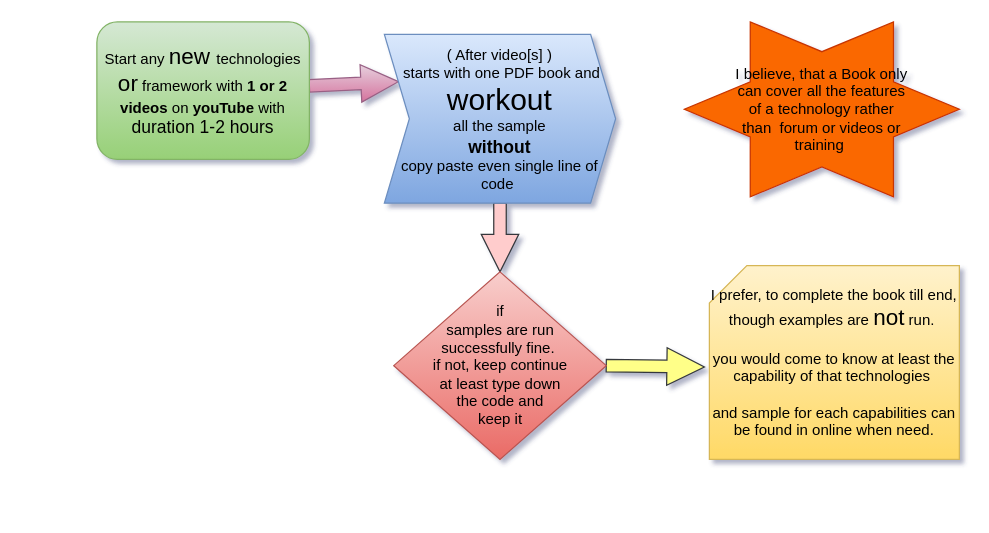
This is My Articles/Startegy to learn Technical.drawio from anbarasan-raji/books, a draw.io file, before an edit. Source tidied: cells renumbered, new cells numbered last; positions are measured from the earlier drawing's top-left corner, leaving out a move shared by most shapes. Both pictures are drawn from the tidied source at 125%, with x=0, y=0 at pixel (96, 21).
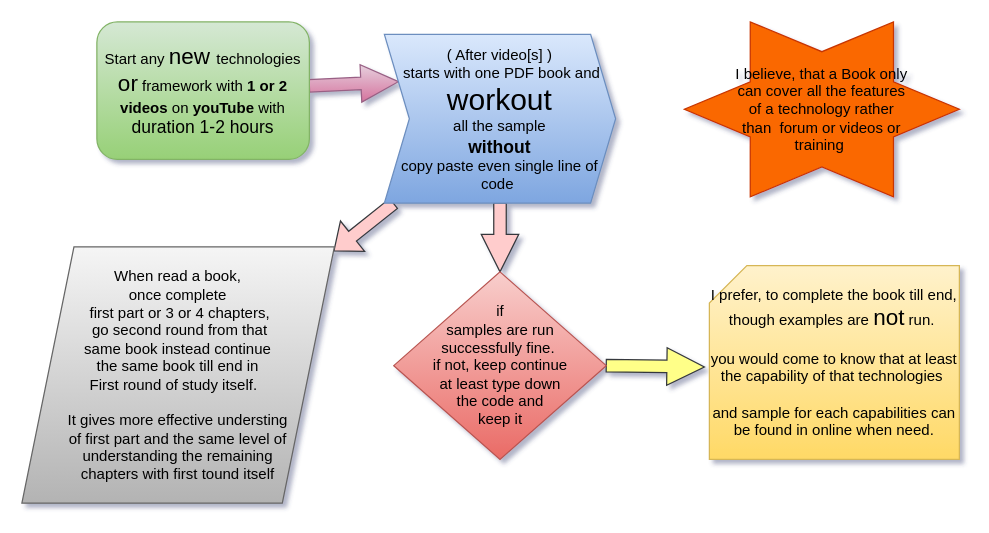
Above is the later version.

Change to the diagram source:
```diff
@@
 <mxGraphModel shadow="1">
   <root>
     <mxCell id="0" />
     <mxCell id="1" parent="0" />
     <mxCell id="2" style="edgeStyle=none;shape=arrow;rounded=0;jettySize=auto;html=1;entryX=0;entryY=0.25;entryDx=0;entryDy=0;gradientColor=#d5739d;fillColor=#e6d0de;strokeColor=#996185;" parent="1" edge="1" source="3" target="5">
       <mxGeometry relative="1" as="geometry" />
     </mxCell>
     <mxCell id="3" value="Start any &lt;font style=&quot;font-size: 18px&quot;&gt;new &lt;/font&gt;technologies &lt;font style=&quot;font-size: 18px&quot;&gt;or&lt;/font&gt; framework with &lt;b&gt;1 or 2 videos&lt;/b&gt; on &lt;b&gt;youTube &lt;/b&gt;with &lt;br&gt;&lt;font style=&quot;font-size: 14px&quot;&gt;duration 1-2 hours&lt;/font&gt;" style="rounded=1;whiteSpace=wrap;html=1;gradientColor=#97d077;fillColor=#d5e8d4;strokeColor=#82b366;" parent="1" vertex="1">
       <mxGeometry width="170" height="110" as="geometry" />
     </mxCell>
     <mxCell id="4" style="edgeStyle=orthogonalEdgeStyle;shape=arrow;rounded=0;jettySize=auto;html=1;entryX=0.5;entryY=0;entryDx=0;entryDy=0;fillColor=#ffcccc;strokeColor=#36393d;" parent="1" edge="1" source="5" target="7">
       <mxGeometry relative="1" as="geometry" />
     </mxCell>
+    <mxCell id="11" style="edgeStyle=none;rounded=0;jettySize=auto;html=1;strokeColor=#36393d;fillColor=#ffcccc;shape=flexArrow;" parent="1" edge="1" source="5" target="12">
+      <mxGeometry relative="1" as="geometry" />
+    </mxCell>
     <mxCell id="5" value="( After video[s] ) &lt;br&gt;&amp;nbsp;starts with one PDF book and &lt;font style=&quot;font-size: 24px&quot;&gt;workout &lt;br&gt;&lt;/font&gt;all the sample &lt;br&gt;&lt;font style=&quot;font-size: 14px&quot;&gt;&lt;b&gt;without &lt;br&gt;&lt;/b&gt;&lt;/font&gt;copy paste even single line of code&amp;nbsp;" style="shape=step;perimeter=stepPerimeter;whiteSpace=wrap;html=1;fixedSize=1;size=20;gradientColor=#7ea6e0;fillColor=#dae8fc;strokeColor=#6c8ebf;" parent="1" vertex="1">
       <mxGeometry x="230" y="10" width="185" height="135" as="geometry" />
     </mxCell>
     <mxCell id="6" style="edgeStyle=orthogonalEdgeStyle;shape=arrow;rounded=0;jettySize=auto;html=1;entryX=-0.02;entryY=0.523;entryDx=0;entryDy=0;entryPerimeter=0;fillColor=#ffff88;strokeColor=#36393d;" parent="1" edge="1" source="7" target="8">
       <mxGeometry relative="1" as="geometry" />
     </mxCell>
     <mxCell id="7" value="if &lt;br&gt;samples are run &lt;br&gt;successfully fine.&amp;nbsp;&lt;br&gt;if not, keep continue &lt;br&gt;at least type down &lt;br&gt;the code and &lt;br&gt;keep it" style="rhombus;whiteSpace=wrap;html=1;gradientColor=#ea6b66;fillColor=#f8cecc;strokeColor=#b85450;" parent="1" vertex="1">
       <mxGeometry x="237.5" y="200" width="170" height="150" as="geometry" />
     </mxCell>
-    <mxCell id="8" value="I prefer, to complete the book till end, though examples are &lt;font style=&quot;font-size: 18px&quot;&gt;not&lt;/font&gt; run.&amp;nbsp;&lt;br&gt;&lt;br&gt;you would come to know at least the capability of that technologies&amp;nbsp;&lt;br&gt;&lt;br&gt;and sample for each capabilities can be found in online when need." style="shape=card;whiteSpace=wrap;html=1;gradientColor=#ffd966;fillColor=#fff2cc;strokeColor=#d6b656;" parent="1" vertex="1">
+    <mxCell id="8" value="I prefer, to complete the book till end, though examples are &lt;font style=&quot;font-size: 18px&quot;&gt;not&lt;/font&gt; run.&amp;nbsp;&lt;br&gt;&lt;br&gt;you would come to know that at least the capability of that technologies&amp;nbsp;&lt;br&gt;&lt;br&gt;and sample for each capabilities can be found in online when need." style="shape=card;whiteSpace=wrap;html=1;gradientColor=#ffd966;fillColor=#fff2cc;strokeColor=#d6b656;" parent="1" vertex="1">
       <mxGeometry x="490" y="195" width="200" height="155" as="geometry" />
     </mxCell>
     <mxCell id="9" style="verticalLabelPosition=bottom;verticalAlign=top;html=1;shape=mxgraph.basic.6_point_star;fillColor=#fa6800;strokeColor=#C73500;fontColor=#ffffff;" parent="1" vertex="1">
       <mxGeometry x="470" width="220" height="140" as="geometry" />
     </mxCell>
     <mxCell id="10" value="I believe, that a Book only can cover all the features of a technology rather than&amp;nbsp; forum or videos or training&amp;nbsp;" style="text;html=1;strokeColor=none;fillColor=none;align=center;verticalAlign=middle;whiteSpace=wrap;rounded=0;" parent="1" vertex="1">
       <mxGeometry x="510" width="140" height="140" as="geometry" />
     </mxCell>
+    <mxCell id="12" value="When read a book, &lt;br&gt;once complete&lt;br&gt;&amp;nbsp;first part or 3 or 4 chapters,&lt;br&gt;&amp;nbsp;go second round from that &lt;br&gt;same book instead continue &lt;br&gt;the same book till end in &lt;br&gt;First round of study itself.&amp;nbsp;&amp;nbsp;&lt;br&gt;&lt;br&gt;It gives more effective understing &lt;br&gt;of first part and the same level of understanding the remaining &lt;br&gt;chapters with first tound itself" style="shape=parallelogram;perimeter=parallelogramPerimeter;whiteSpace=wrap;html=1;size=0.16666666666666666;gradientColor=#b3b3b3;fillColor=#f5f5f5;strokeColor=#666666;" parent="1" vertex="1">
+      <mxGeometry x="-60" y="180" width="250" height="205" as="geometry" />
+    </mxCell>
   </root>
 </mxGraphModel>
```
